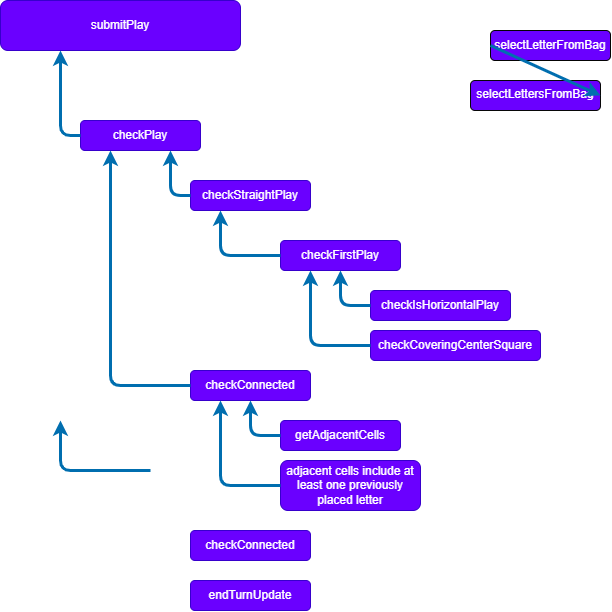
Above: function_flow.dio.png in wnfaulkner/2023-10-05-project-1-scrabble-game (draw.io), before the change. Source tidied: cells renumbered, new cells last; positions are measured from the earlier drawing's top-left corner, leaving out a move shared by most shapes.
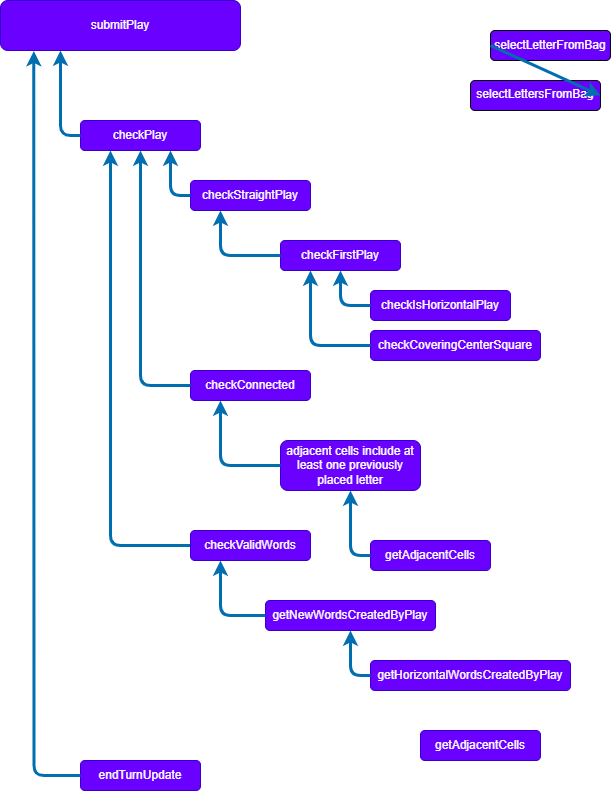
After the commit.

What changed in the source:
```diff
@@ -24,7 +24,7 @@
       <mxGeometry relative="1" as="geometry" />
     </mxCell>
     <mxCell id="9" value="endTurnUpdate" style="rounded=1;whiteSpace=wrap;html=1;fillColor=#6a00ff;fontColor=#ffffff;strokeColor=#3700CC;" parent="1" vertex="1">
-      <mxGeometry x="190" y="580" width="120" height="30" as="geometry" />
+      <mxGeometry x="80" y="760" width="120" height="30" as="geometry" />
     </mxCell>
     <mxCell id="10" style="edgeStyle=orthogonalEdgeStyle;html=1;exitX=0;exitY=0.5;exitDx=0;exitDy=0;entryX=0.25;entryY=1;entryDx=0;entryDy=0;fillColor=#1ba1e2;strokeColor=#006EAF;strokeWidth=3;" parent="1" edge="1" source="5" target="11">
       <mxGeometry relative="1" as="geometry" />
@@ -50,29 +50,44 @@
     <mxCell id="17" value="checkConnected" style="rounded=1;whiteSpace=wrap;html=1;fillColor=#6a00ff;fontColor=#ffffff;strokeColor=#3700CC;" parent="1" vertex="1">
       <mxGeometry x="190" y="370" width="120" height="30" as="geometry" />
     </mxCell>
-    <mxCell id="18" style="edgeStyle=orthogonalEdgeStyle;html=1;exitX=0;exitY=0.5;exitDx=0;exitDy=0;entryX=0.25;entryY=1;entryDx=0;entryDy=0;fillColor=#1ba1e2;strokeColor=#006EAF;strokeWidth=3;" parent="1" edge="1" source="17" target="7">
+    <mxCell id="18" style="edgeStyle=orthogonalEdgeStyle;html=1;exitX=0;exitY=0.5;exitDx=0;exitDy=0;entryX=0.5;entryY=1;entryDx=0;entryDy=0;fillColor=#1ba1e2;strokeColor=#006EAF;strokeWidth=3;" parent="1" edge="1" source="17" target="7">
       <mxGeometry relative="1" as="geometry" />
     </mxCell>
-    <mxCell id="19" style="edgeStyle=orthogonalEdgeStyle;html=1;fillColor=#1ba1e2;strokeColor=#006EAF;strokeWidth=3;" parent="1" edge="1">
-      <mxGeometry relative="1" as="geometry">
-        <mxPoint x="150" y="470" as="sourcePoint" />
-        <mxPoint x="60" y="420" as="targetPoint" />
-      </mxGeometry>
+    <mxCell id="19" style="edgeStyle=orthogonalEdgeStyle;html=1;fillColor=#1ba1e2;strokeColor=#006EAF;strokeWidth=3;exitX=0;exitY=0.5;exitDx=0;exitDy=0;entryX=0.25;entryY=1;entryDx=0;entryDy=0;" parent="1" edge="1" source="22" target="7">
+      <mxGeometry relative="1" as="geometry" />
     </mxCell>
     <mxCell id="20" value="getAdjacentCells" style="rounded=1;whiteSpace=wrap;html=1;fillColor=#6a00ff;fontColor=#ffffff;strokeColor=#3700CC;" parent="1" vertex="1">
-      <mxGeometry x="280" y="420" width="120" height="30" as="geometry" />
+      <mxGeometry x="370" y="540" width="120" height="30" as="geometry" />
     </mxCell>
-    <mxCell id="21" style="edgeStyle=orthogonalEdgeStyle;html=1;exitX=0;exitY=0.5;exitDx=0;exitDy=0;entryX=0.5;entryY=1;entryDx=0;entryDy=0;fillColor=#1ba1e2;strokeColor=#006EAF;strokeWidth=3;" parent="1" edge="1" source="20" target="17">
+    <mxCell id="21" style="edgeStyle=orthogonalEdgeStyle;html=1;exitX=0;exitY=0.5;exitDx=0;exitDy=0;entryX=0.5;entryY=1;entryDx=0;entryDy=0;fillColor=#1ba1e2;strokeColor=#006EAF;strokeWidth=3;" parent="1" edge="1" source="20" target="23">
       <mxGeometry relative="1" as="geometry" />
     </mxCell>
-    <mxCell id="22" value="checkConnected" style="rounded=1;whiteSpace=wrap;html=1;fillColor=#6a00ff;fontColor=#ffffff;strokeColor=#3700CC;" parent="1" vertex="1">
+    <mxCell id="22" value="checkValidWords" style="rounded=1;whiteSpace=wrap;html=1;fillColor=#6a00ff;fontColor=#ffffff;strokeColor=#3700CC;" parent="1" vertex="1">
       <mxGeometry x="190" y="530" width="120" height="30" as="geometry" />
     </mxCell>
     <mxCell id="23" value="adjacent cells include at least one previously placed letter" style="rounded=1;whiteSpace=wrap;html=1;fillColor=#6a00ff;fontColor=#ffffff;strokeColor=#3700CC;" parent="1" vertex="1">
-      <mxGeometry x="280" y="460" width="140" height="50" as="geometry" />
+      <mxGeometry x="280" y="440" width="140" height="50" as="geometry" />
     </mxCell>
     <mxCell id="24" style="edgeStyle=orthogonalEdgeStyle;html=1;fillColor=#1ba1e2;strokeColor=#006EAF;strokeWidth=3;exitX=0;exitY=0.5;exitDx=0;exitDy=0;entryX=0.25;entryY=1;entryDx=0;entryDy=0;" parent="1" edge="1" source="23" target="17">
       <mxGeometry relative="1" as="geometry" />
     </mxCell>
+    <mxCell id="25" value="getNewWordsCreatedByPlay" style="rounded=1;whiteSpace=wrap;html=1;fillColor=#6a00ff;fontColor=#ffffff;strokeColor=#3700CC;" parent="1" vertex="1">
+      <mxGeometry x="265" y="600" width="170" height="30" as="geometry" />
+    </mxCell>
+    <mxCell id="26" style="edgeStyle=orthogonalEdgeStyle;html=1;fillColor=#1ba1e2;strokeColor=#006EAF;strokeWidth=3;exitX=0;exitY=0.5;exitDx=0;exitDy=0;entryX=0.25;entryY=1;entryDx=0;entryDy=0;" parent="1" edge="1" source="25" target="22">
+      <mxGeometry relative="1" as="geometry" />
+    </mxCell>
+    <mxCell id="27" value="getHorizontalWordsCreatedByPlay" style="rounded=1;whiteSpace=wrap;html=1;fillColor=#6a00ff;fontColor=#ffffff;strokeColor=#3700CC;" parent="1" vertex="1">
+      <mxGeometry x="370" y="660" width="200" height="30" as="geometry" />
+    </mxCell>
+    <mxCell id="28" style="edgeStyle=orthogonalEdgeStyle;html=1;fillColor=#1ba1e2;strokeColor=#006EAF;strokeWidth=3;exitX=0;exitY=0.5;exitDx=0;exitDy=0;entryX=0.5;entryY=1;entryDx=0;entryDy=0;" parent="1" edge="1" source="27" target="25">
+      <mxGeometry relative="1" as="geometry" />
+    </mxCell>
+    <mxCell id="29" style="edgeStyle=orthogonalEdgeStyle;html=1;fillColor=#1ba1e2;strokeColor=#006EAF;strokeWidth=3;exitX=0;exitY=0.5;exitDx=0;exitDy=0;entryX=0.139;entryY=1.012;entryDx=0;entryDy=0;entryPerimeter=0;" parent="1" edge="1" source="9" target="4">
+      <mxGeometry relative="1" as="geometry" />
+    </mxCell>
+    <mxCell id="30" value="getAdjacentCells" style="rounded=1;whiteSpace=wrap;html=1;fillColor=#6a00ff;fontColor=#ffffff;strokeColor=#3700CC;" parent="1" vertex="1">
+      <mxGeometry x="420" y="730" width="120" height="30" as="geometry" />
+    </mxCell>
   </root>
 </mxGraphModel>
```
